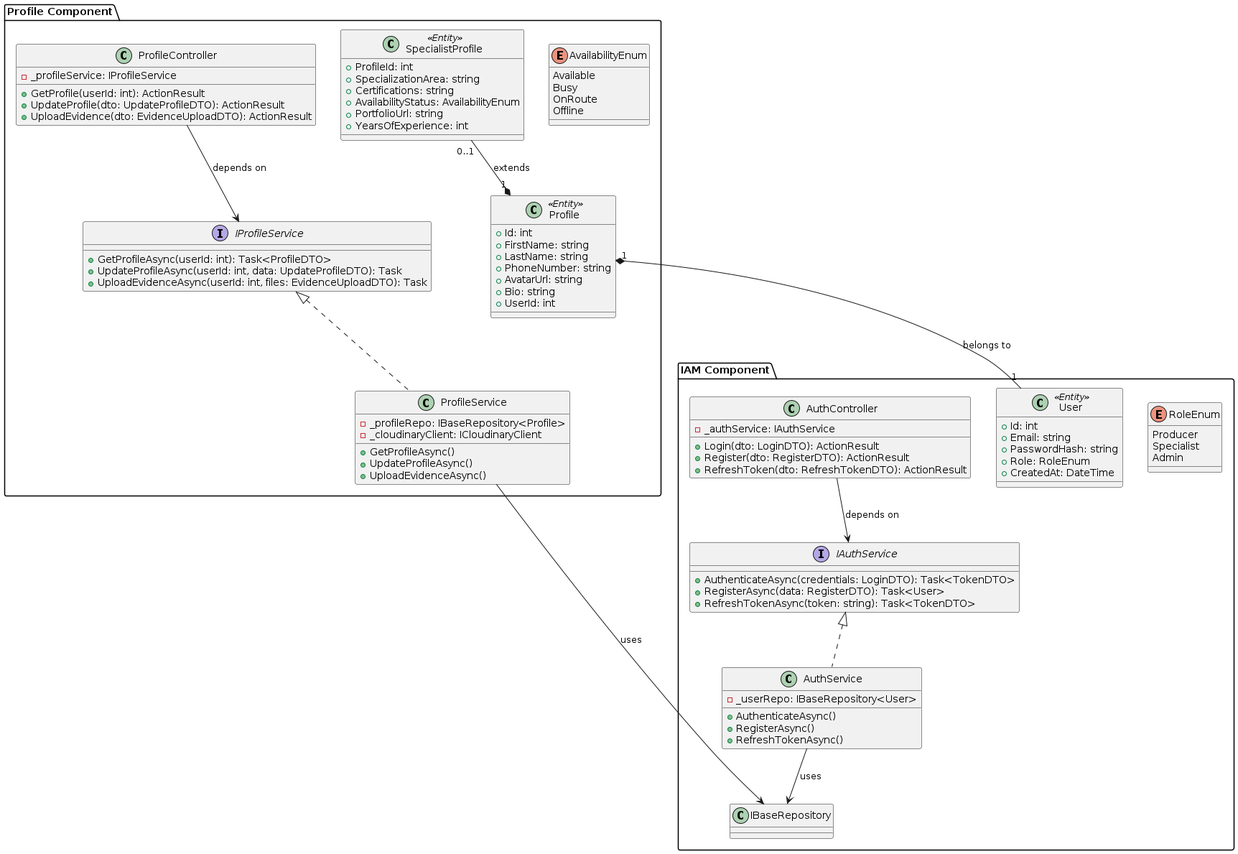
This is report/assets/class-diagrams/iam-and-profile-components-diagram.png from upc-pre-1asi0730-2610-10215-arcadiadevs/viora-report, a PlantUML export, as it was before one commit.
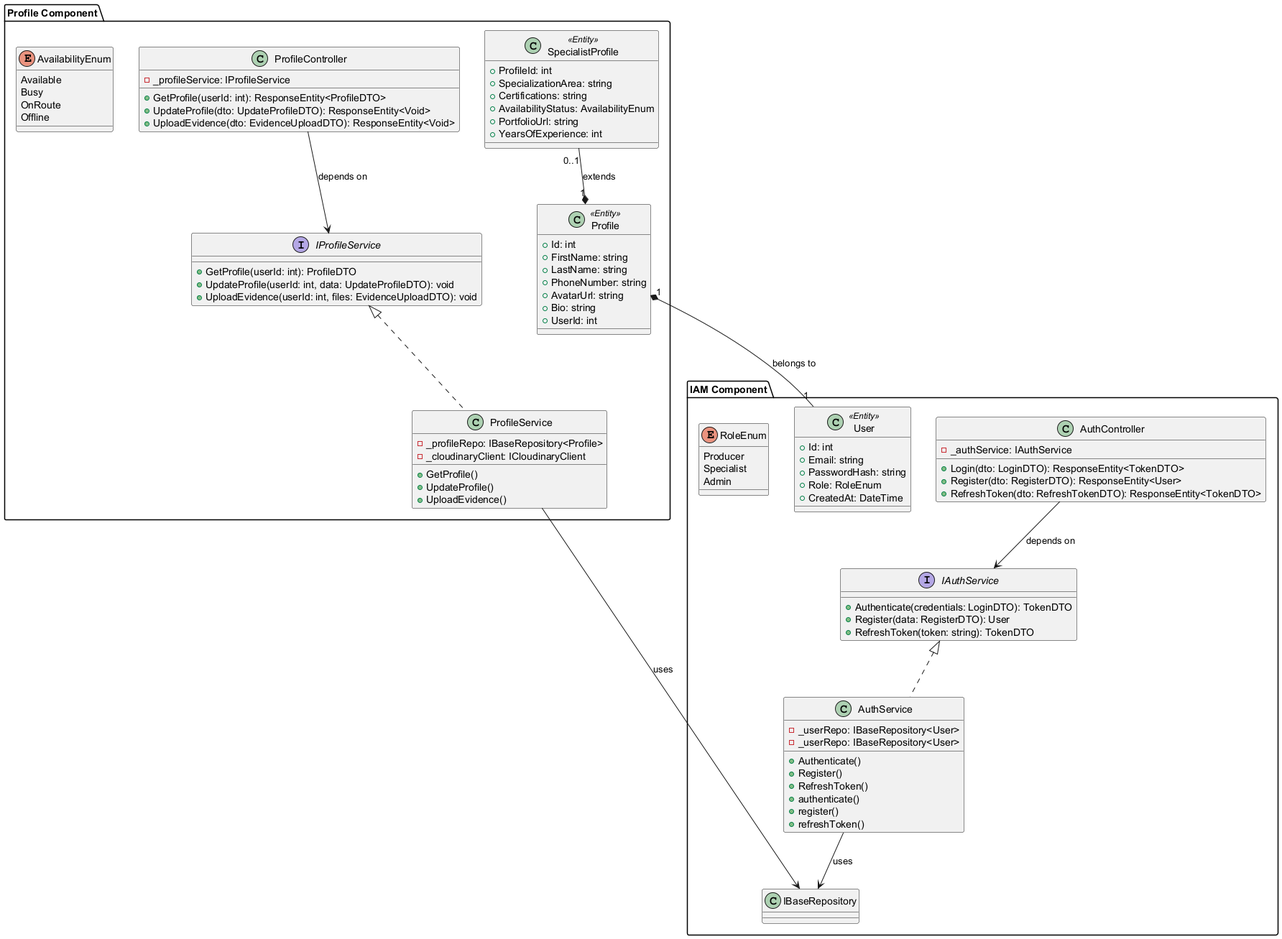
The same file after the commit.

What changed in the source:
```diff
@@ -2,22 +2,29 @@
 package "IAM Component" {
     class AuthController {
         - _authService: IAuthService
-        + Login(dto: LoginDTO): ActionResult
-        + Register(dto: RegisterDTO): ActionResult
-        + RefreshToken(dto: RefreshTokenDTO): ActionResult
+        + Login(dto: LoginDTO): ResponseEntity<TokenDTO>
+        + Register(dto: RegisterDTO): ResponseEntity<User>
+        + RefreshToken(dto: RefreshTokenDTO): ResponseEntity<TokenDTO>
     }
 
     interface IAuthService {
-        + AuthenticateAsync(credentials: LoginDTO): Task<TokenDTO>
-        + RegisterAsync(data: RegisterDTO): Task<User>
-        + RefreshTokenAsync(token: string): Task<TokenDTO>
+        + Authenticate(credentials: LoginDTO): TokenDTO
+        + Register(data: RegisterDTO): User
+        + RefreshToken(token: string): TokenDTO
     }
 
     class AuthService {
         - _userRepo: IBaseRepository<User>
-        + AuthenticateAsync()
-        + RegisterAsync()
-        + RefreshTokenAsync()
+        + Authenticate()
+        + Register()
+        + RefreshToken()
+    }
+
+    class AuthService {
+        - _userRepo: IBaseRepository<User>
+        + authenticate()
+        + register()
+        + refreshToken()
     }
 
     class User <<Entity>> {
@@ -41,23 +48,23 @@
 package "Profile Component" {
     class ProfileController {
         - _profileService: IProfileService
-        + GetProfile(userId: int): ActionResult
-        + UpdateProfile(dto: UpdateProfileDTO): ActionResult
-        + UploadEvidence(dto: EvidenceUploadDTO): ActionResult
+        + GetProfile(userId: int): ResponseEntity<ProfileDTO>
+        + UpdateProfile(dto: UpdateProfileDTO): ResponseEntity<Void>
+        + UploadEvidence(dto: EvidenceUploadDTO): ResponseEntity<Void>
     }
 
     interface IProfileService {
-        + GetProfileAsync(userId: int): Task<ProfileDTO>
-        + UpdateProfileAsync(userId: int, data: UpdateProfileDTO): Task
-        + UploadEvidenceAsync(userId: int, files: EvidenceUploadDTO): Task
+        + GetProfile(userId: int): ProfileDTO
+        + UpdateProfile(userId: int, data: UpdateProfileDTO): void
+        + UploadEvidence(userId: int, files: EvidenceUploadDTO): void
     }
 
     class ProfileService {
         - _profileRepo: IBaseRepository<Profile>
         - _cloudinaryClient: ICloudinaryClient
-        + GetProfileAsync()
-        + UpdateProfileAsync()
-        + UploadEvidenceAsync()
+        + GetProfile()
+        + UpdateProfile()
+        + UploadEvidence()
     }
 
     class Profile <<Entity>> {
```
